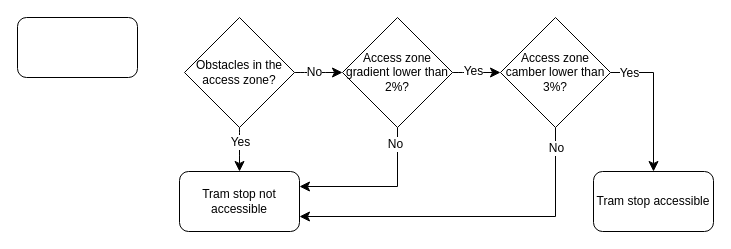
Above: Tram_automation_paper.drawio in maradanovic/drawio (draw.io), before the change. Source tidied: cells renumbered, new cells numbered last; positions are measured from the earlier drawing's top-left corner, leaving out a move shared by most shapes. Both pictures are drawn from the tidied source at 100%, with x=0, y=0 at pixel (17, 17).
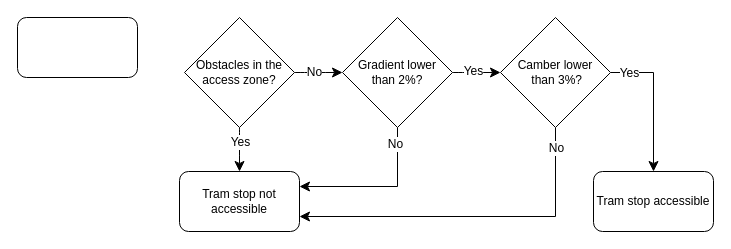
The same diagram, later.

The edit, as a diff of the source:
```diff
@@
-    <mxCell id="11" value="Access zone gradient lower than 2%?" style="rhombus;whiteSpace=wrap;html=1;" parent="1" vertex="1">
+    <mxCell id="11" value="Gradient lower &lt;br&gt;than 2%?" style="rhombus;whiteSpace=wrap;html=1;" parent="1" vertex="1">
       <mxGeometry x="325" width="110" height="110" as="geometry" />
     </mxCell>
@@
-    <mxCell id="16" value="Access zone camber lower than 3%?" style="rhombus;whiteSpace=wrap;html=1;" parent="1" vertex="1">
+    <mxCell id="16" value="Camber lower&lt;br&gt;&amp;nbsp;than 3%?" style="rhombus;whiteSpace=wrap;html=1;" parent="1" vertex="1">
       <mxGeometry x="483" width="110" height="110" as="geometry" />
     </mxCell>
```
